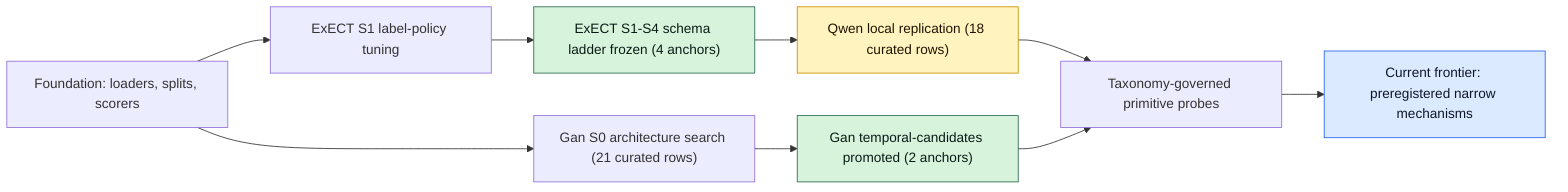
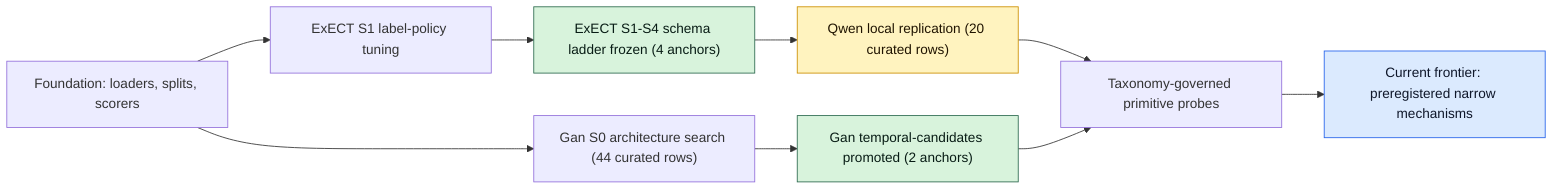
flowchart LR
  foundation["Foundation: loaders, splits, scorers"]
-   gan["Gan S0 architecture search (21 curated rows)"]
+   gan["Gan S0 architecture search (44 curated rows)"]
  gan_promoted["Gan temporal-candidates promoted (2 anchors)"]
  exect_policy["ExECT S1 label-policy tuning"]
  exect_ladder["ExECT S1-S4 schema ladder frozen (4 anchors)"]
-   qwen["Qwen local replication (18 curated rows)"]
+   qwen["Qwen local replication (20 curated rows)"]
  primitives["Taxonomy-governed primitive probes"]
  frontier["Current frontier: preregistered narrow mechanisms"]
  foundation --> gan --> gan_promoted
  foundation --> exect_policy --> exect_ladder --> qwen --> primitives --> frontier
  gan_promoted --> primitives
  classDef anchor fill:#d8f3dc,stroke:#2d6a4f,color:#081c15;
  classDef hold fill:#fff3bf,stroke:#cc8f00,color:#201400;
  classDef frontier fill:#dbeafe,stroke:#2563eb,color:#0f172a;
  class gan_promoted,exect_ladder anchor;
  class qwen hold;
  class frontier frontier;
